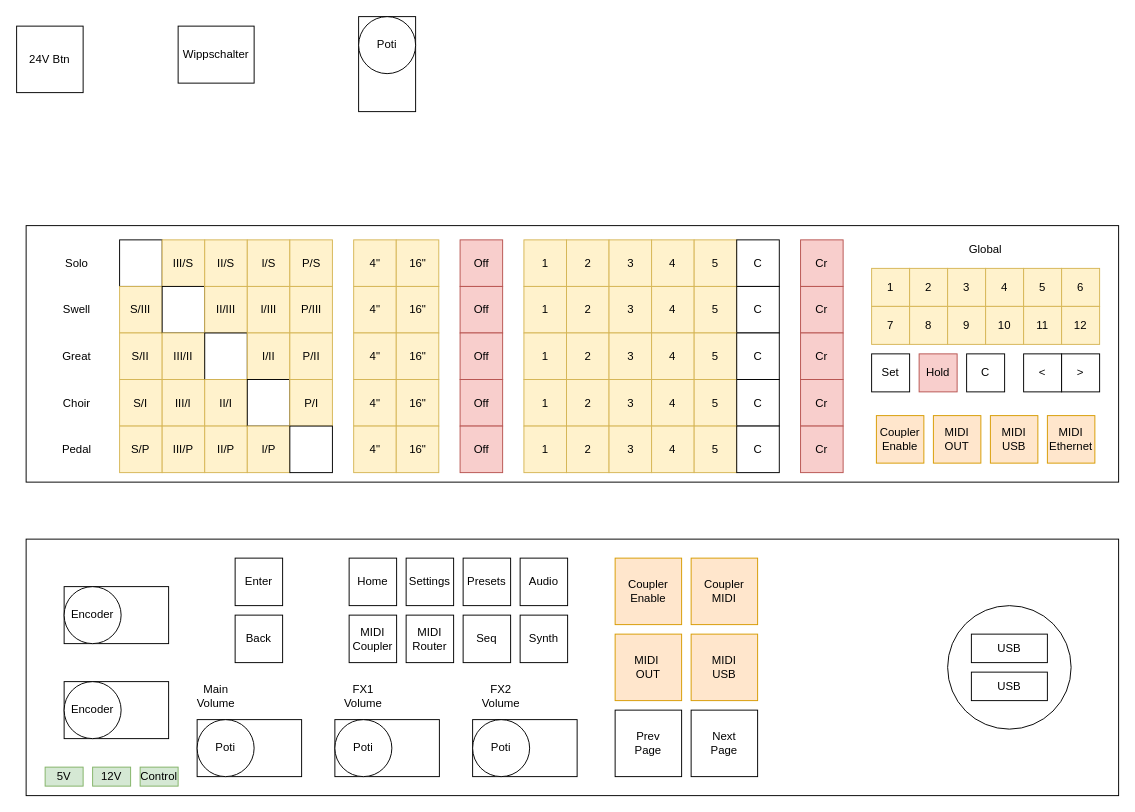
Above: drawings/Panel.drawio in stefanhepp/eOrgan (draw.io), before the change. Source tidied: cells renumbered, new cells numbered last; positions are measured from the earlier drawing's top-left corner, leaving out a move shared by most shapes. Both pictures are drawn from the tidied source at 95%, with x=0, y=0 at pixel (16, 16).
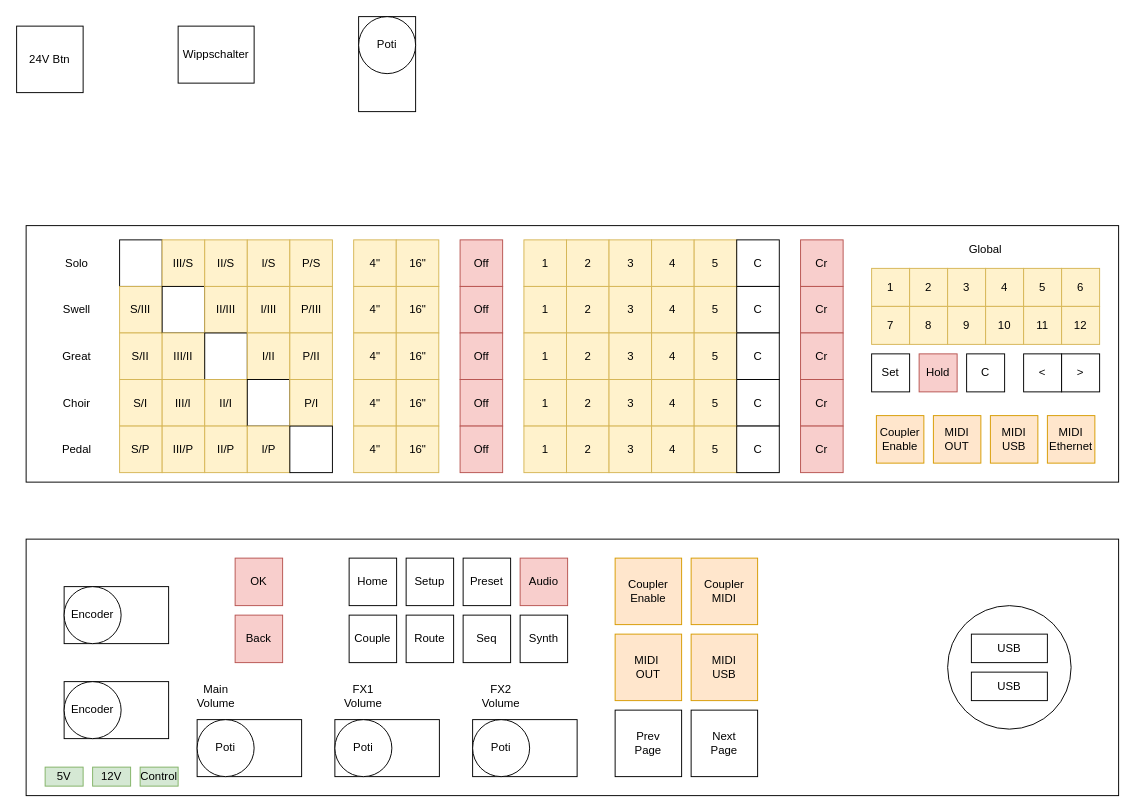
After the change.

Diff of the diagram source:
```diff
@@
-    <mxCell id="132" value="MIDI&lt;br&gt;Coupler" style="rounded=0;whiteSpace=wrap;html=1;" parent="1" vertex="1">
+    <mxCell id="132" value="Couple" style="rounded=0;whiteSpace=wrap;html=1;" parent="1" vertex="1">
       <mxGeometry x="350" y="630" width="50" height="50" as="geometry" />
     </mxCell>
-    <mxCell id="133" value="&lt;div&gt;MIDI&lt;/div&gt;Router" style="rounded=0;whiteSpace=wrap;html=1;" parent="1" vertex="1">
+    <mxCell id="133" value="Route" style="rounded=0;whiteSpace=wrap;html=1;" parent="1" vertex="1">
       <mxGeometry x="410" y="630" width="50" height="50" as="geometry" />
     </mxCell>
@@
-    <mxCell id="135" value="Audio&lt;div&gt;&lt;/div&gt;" style="rounded=0;whiteSpace=wrap;html=1;" parent="1" vertex="1">
+    <mxCell id="135" value="Audio&lt;div&gt;&lt;/div&gt;" style="rounded=0;whiteSpace=wrap;html=1;fillColor=#f8cecc;strokeColor=#b85450;" parent="1" vertex="1">
       <mxGeometry x="530" y="570" width="50" height="50" as="geometry" />
     </mxCell>
@@
-    <mxCell id="137" value="Settings&lt;div&gt;&lt;/div&gt;" style="rounded=0;whiteSpace=wrap;html=1;" parent="1" vertex="1">
+    <mxCell id="137" value="Setup" style="rounded=0;whiteSpace=wrap;html=1;" parent="1" vertex="1">
       <mxGeometry x="410" y="570" width="50" height="50" as="geometry" />
     </mxCell>
-    <mxCell id="138" value="Presets&lt;div&gt;&lt;/div&gt;" style="rounded=0;whiteSpace=wrap;html=1;" parent="1" vertex="1">
+    <mxCell id="138" value="Preset" style="rounded=0;whiteSpace=wrap;html=1;" parent="1" vertex="1">
       <mxGeometry x="470" y="570" width="50" height="50" as="geometry" />
     </mxCell>
@@
-    <mxCell id="143" value="Enter&lt;div&gt;&lt;/div&gt;" style="rounded=0;whiteSpace=wrap;html=1;" parent="1" vertex="1">
+    <mxCell id="143" value="OK" style="rounded=0;whiteSpace=wrap;html=1;fillColor=#f8cecc;strokeColor=#b85450;" parent="1" vertex="1">
       <mxGeometry x="230" y="570" width="50" height="50" as="geometry" />
     </mxCell>
-    <mxCell id="144" value="Back&lt;div&gt;&lt;/div&gt;" style="rounded=0;whiteSpace=wrap;html=1;" parent="1" vertex="1">
+    <mxCell id="144" value="Back&lt;div&gt;&lt;/div&gt;" style="rounded=0;whiteSpace=wrap;html=1;fillColor=#f8cecc;strokeColor=#b85450;" parent="1" vertex="1">
       <mxGeometry x="230" y="630" width="50" height="50" as="geometry" />
     </mxCell>
```
